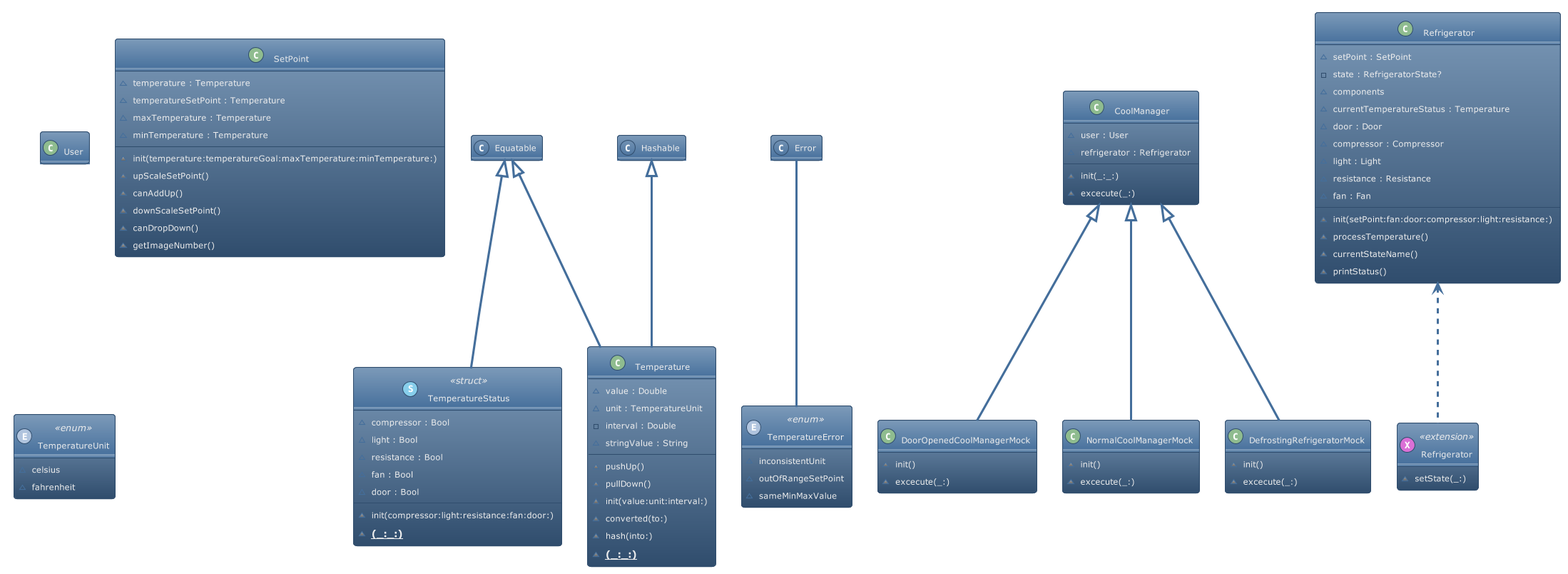
antonianemi/CoolManager keeps this PlantUML diagram as Diagramas/clasesDominio.png. Above is the earlier version.
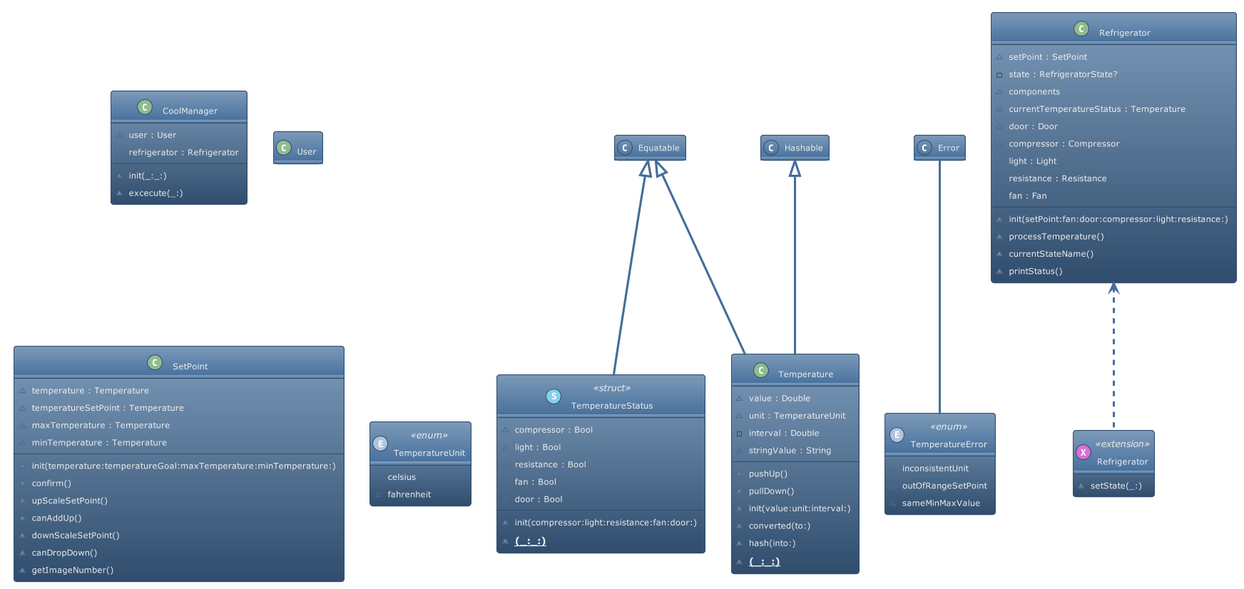
Later version of the same file.

What changed in the source:
```diff
@@ -4,6 +4,12 @@
 hide empty members
 skinparam shadowing false
 
+class "CoolManager" as CoolManager << (C, DarkSeaGreen) >> {
+  ~user : User
+  ~refrigerator : Refrigerator
+  ~init(_:_:)
+  ~excecute(_:)
+}
 class "User" as User << (C, DarkSeaGreen) >> {
 }
 class "TemperatureStatus" as TemperatureStatus << (S, SkyBlue) struct >> {
@@ -26,6 +32,7 @@
   ~maxTemperature : Temperature
   ~minTemperature : Temperature
   ~init(temperature:temperatureGoal:maxTemperature:minTemperature:)
+  ~confirm()
   ~upScaleSetPoint()
   ~canAddUp()
   ~downScaleSetPoint()
@@ -43,24 +50,6 @@
   ~hash(into:)
   ~{static} ==(_:_:)
   ~stringValue : String
-}
-class "CoolManager" as CoolManager << (C, DarkSeaGreen) >> {
-  ~user : User
-  ~refrigerator : Refrigerator
-  ~init(_:_:)
-  ~excecute(_:)
-}
-class "DoorOpenedCoolManagerMock" as DoorOpenedCoolManagerMock << (C, DarkSeaGreen) >> {
-  ~init()
-  ~excecute(_:)
-}
-class "NormalCoolManagerMock" as NormalCoolManagerMock << (C, DarkSeaGreen) >> {
-  ~init()
-  ~excecute(_:)
-}
-class "DefrostingRefrigeratorMock" as DefrostingRefrigeratorMock << (C, DarkSeaGreen) >> {
-  ~init()
-  ~excecute(_:)
 }
 class "Refrigerator" as Refrigerator << (C, DarkSeaGreen) >> {
   ~setPoint : SetPoint
@@ -88,8 +77,5 @@
 Error -- TemperatureError : inherits
 Hashable <|-- Temperature : inherits
 Equatable <|-- Temperature : inherits
-CoolManager <|-- DoorOpenedCoolManagerMock : inherits
-CoolManager <|-- NormalCoolManagerMock : inherits
-CoolManager <|-- DefrostingRefrigeratorMock : inherits
 Refrigerator <.. Refrigerator0 : ext
 @enduml
```
